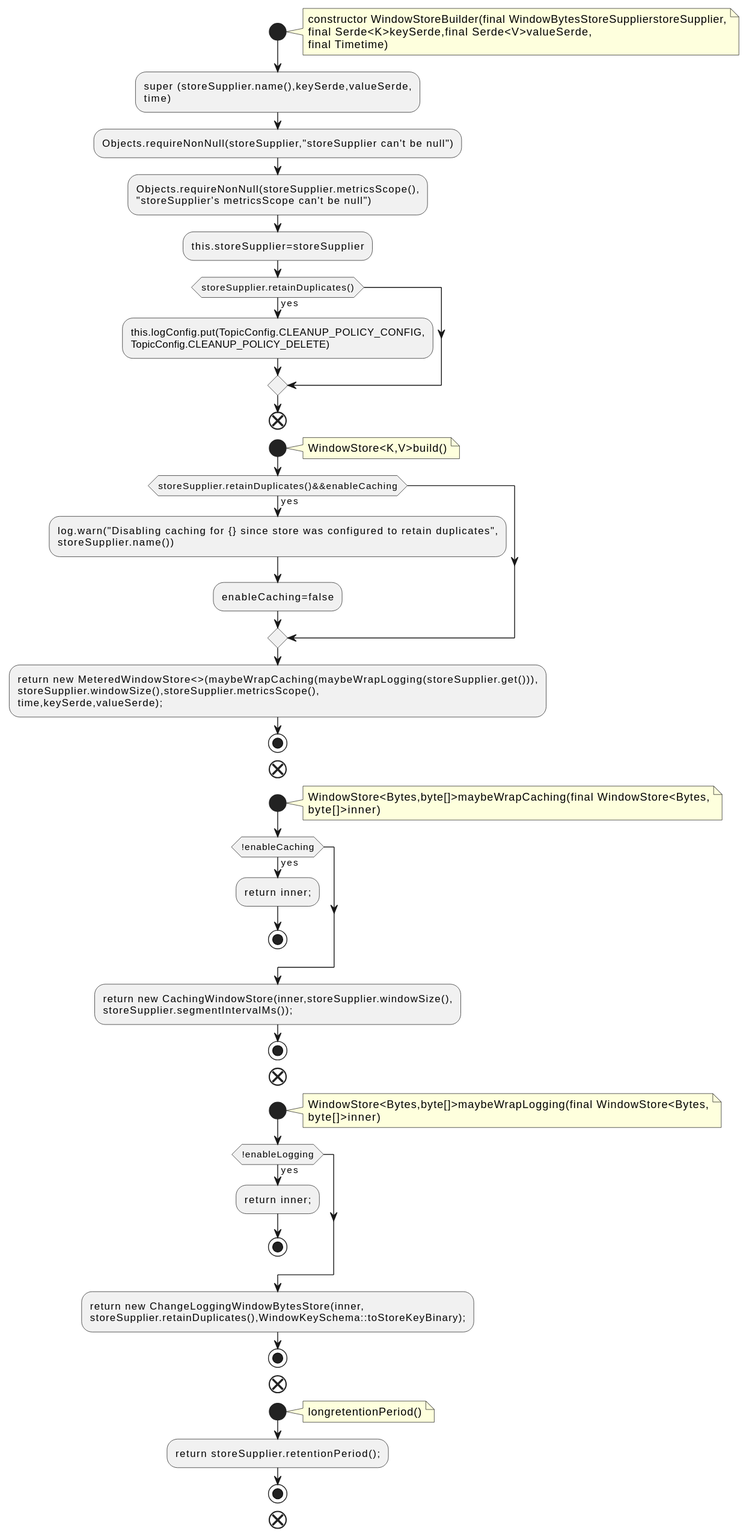
Before: docs/qc/streams/src/main/java/org/apache/kafka/streams/state/internals/WindowStoreBuilder.java.fct.svg, a diagram exported from PlantUML (qualitesys/kafka).
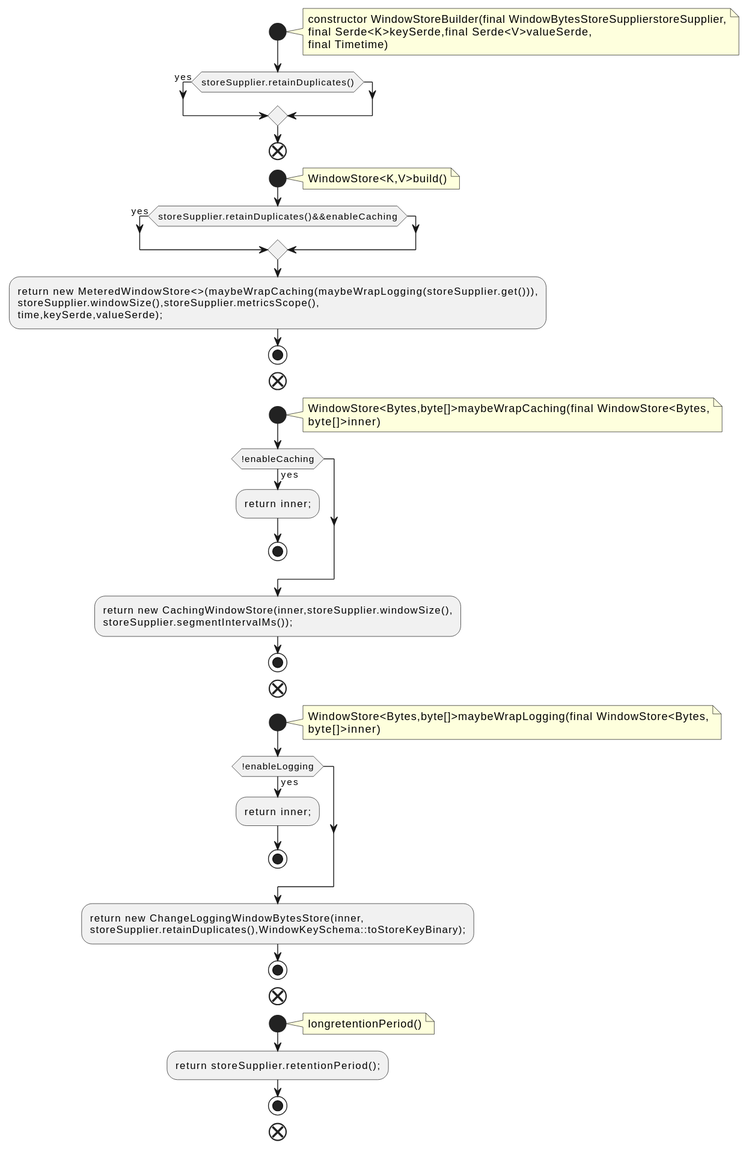
Later version of the same file.

The edit, as a diff of the source:
```diff
@@ -6,15 +6,7 @@
 final Serde<K>keySerde,final Serde<V>valueSerde,
 final Timetime)
 end note
-:super (storeSupplier.name(),keySerde,valueSerde,
-time);
-:Objects.requireNonNull(storeSupplier,"storeSupplier can't be null");
-:Objects.requireNonNull(storeSupplier.metricsScope(),
-"storeSupplier's metricsScope can't be null");
-:this.storeSupplier=storeSupplier;
 if (storeSupplier.retainDuplicates()) then (yes)
-:this.logConfig.put(TopicConfig.CLEANUP_POLICY_CONFIG,
-TopicConfig.CLEANUP_POLICY_DELETE);
 endif
 end
 start
@@ -22,9 +14,6 @@
 WindowStore<K,V>build()
 end note
 if (storeSupplier.retainDuplicates()&&enableCaching) then (yes)
-:log.warn("Disabling caching for {} since store was configured to retain duplicates",
-storeSupplier.name());
-:enableCaching=false;
 endif
 :return new MeteredWindowStore<>(maybeWrapCaching(maybeWrapLogging(storeSupplier.get())),
 storeSupplier.windowSize(),storeSupplier.metricsScope(),
```
